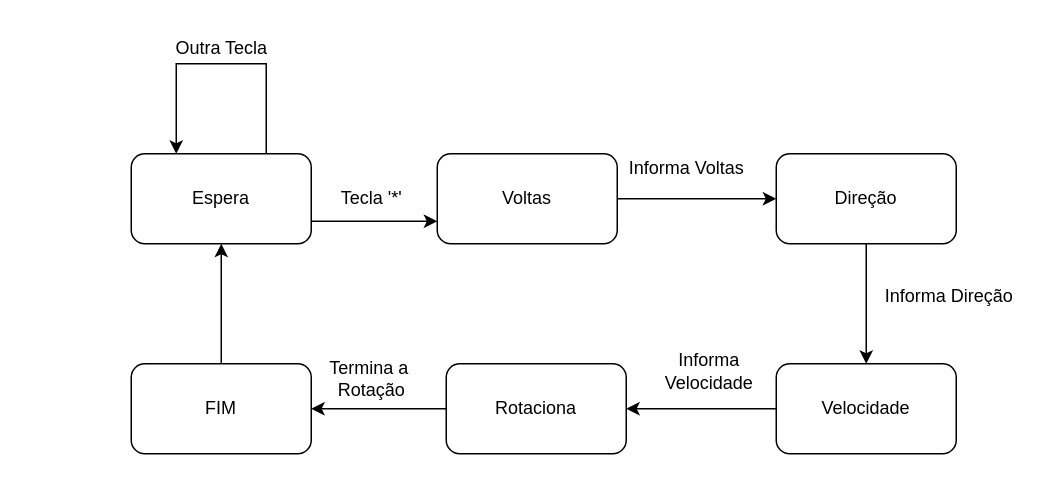
mateusmarodim/sistemas-microcontrolados keeps this draw.io diagram as LAB3/lab3.drawio. Above is the earlier version. Source tidied: cells renumbered, new cells numbered last; positions are measured from the earlier drawing's top-left corner, leaving out a move shared by most shapes. Both pictures are drawn from the tidied source at 150%, with x=0, y=0 at pixel (130, 26).
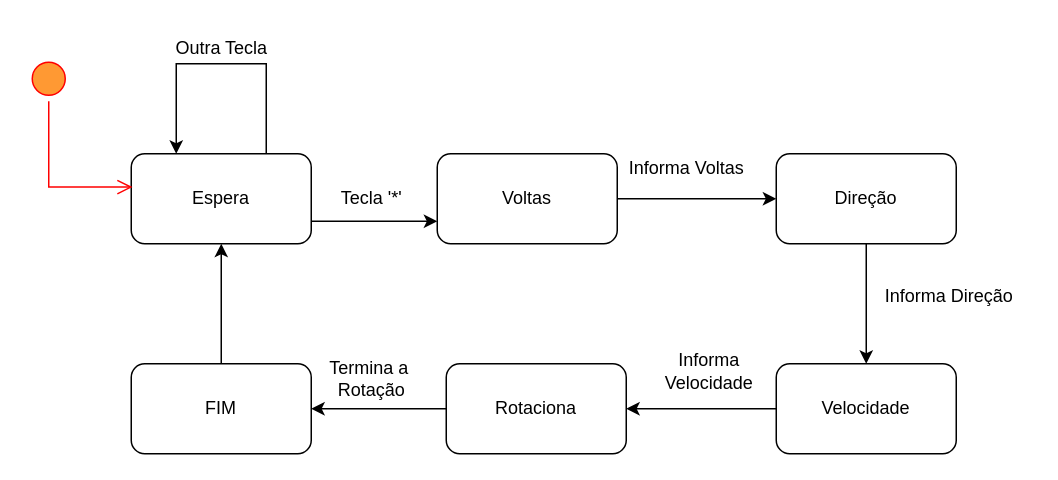
After the change.

The change refers to these unchanged cells:
```xml
<mxCell id="3" value="Espera" style="rounded=1;whiteSpace=wrap;html=1;" parent="1" vertex="1">
  <mxGeometry y="85" width="120" height="60" as="geometry" />
</mxCell>
```

Diff of the diagram source:
```diff
@@
+    <mxCell id="21" style="ellipse;html=1;shape=startState;fillColor=#FF9933;strokeColor=#ff0000;" parent="1" vertex="1">
+      <mxGeometry x="-70" y="20" width="30" height="30" as="geometry" />
+    </mxCell>
+    <mxCell id="22" style="edgeStyle=orthogonalEdgeStyle;html=1;verticalAlign=bottom;endArrow=open;endSize=8;strokeColor=#ff0000;rounded=0;entryX=0.007;entryY=0.37;entryDx=0;entryDy=0;entryPerimeter=0;" parent="1" edge="1" source="21" target="3">
+      <mxGeometry relative="1" as="geometry">
+        <Array as="points">
+          <mxPoint x="-55" y="107" />
+        </Array>
+      </mxGeometry>
+    </mxCell>
```
